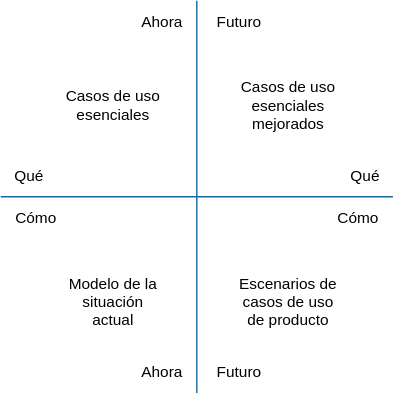
ucudal/ANDIS_Conceptos keeps this draw.io diagram as diagrams/Brown_Cow_Model.svg. Above is the earlier version. Source tidied: cells renumbered, new cells last; positions are measured from the earlier drawing's top-left corner, leaving out a move shared by most shapes. Source of this version:
```xml
<mxGraphModel>
  <root>
    <mxCell id="0" />
    <mxCell id="1" parent="0" />
    <mxCell id="2" style="endArrow=none;html=1;fillColor=#1ba1e2;strokeColor=#006EAF;" parent="1" edge="1">
      <mxGeometry relative="1" as="geometry">
        <mxPoint x="140" y="280" as="sourcePoint" />
        <mxPoint x="140" as="targetPoint" />
      </mxGeometry>
    </mxCell>
    <mxCell id="3" style="endArrow=none;html=1;fillColor=#1ba1e2;strokeColor=#006EAF;" parent="1" edge="1">
      <mxGeometry relative="1" as="geometry">
        <mxPoint y="140" as="sourcePoint" />
        <mxPoint x="280" y="140" as="targetPoint" />
      </mxGeometry>
    </mxCell>
    <mxCell id="4" value="Ahora" style="text;html=1;align=center;verticalAlign=middle;strokeColor=none;fillColor=none;fontFamily=Helvetica;fontSize=11;fontColor=light-dark(#000000,#006EAF);labelBackgroundColor=none;" parent="1" vertex="1">
      <mxGeometry x="90" width="50" height="30" as="geometry" />
    </mxCell>
    <mxCell id="5" value="Futuro" style="text;html=1;align=center;verticalAlign=middle;strokeColor=none;fillColor=none;fontFamily=Helvetica;fontSize=11;fontColor=light-dark(#000000,#006EAF);labelBackgroundColor=none;" parent="1" vertex="1">
      <mxGeometry x="140" width="60" height="30" as="geometry" />
    </mxCell>
    <mxCell id="6" value="Ahora" style="text;html=1;align=center;verticalAlign=middle;strokeColor=none;fillColor=none;fontFamily=Helvetica;fontSize=11;fontColor=light-dark(#000000,#006EAF);labelBackgroundColor=none;" parent="1" vertex="1">
      <mxGeometry x="90" y="250" width="50" height="30" as="geometry" />
    </mxCell>
    <mxCell id="7" value="Futuro" style="text;html=1;align=center;verticalAlign=middle;strokeColor=none;fillColor=none;fontFamily=Helvetica;fontSize=11;fontColor=light-dark(#000000,#006EAF);labelBackgroundColor=none;" parent="1" vertex="1">
      <mxGeometry x="140" y="250" width="60" height="30" as="geometry" />
    </mxCell>
    <mxCell id="8" value="Qué" style="text;html=1;align=center;verticalAlign=middle;strokeColor=none;fillColor=none;fontFamily=Helvetica;fontSize=11;fontColor=light-dark(#000000,#006EAF);labelBackgroundColor=none;" parent="1" vertex="1">
      <mxGeometry y="110" width="40" height="30" as="geometry" />
    </mxCell>
    <mxCell id="9" value="Cómo" style="text;html=1;align=center;verticalAlign=middle;strokeColor=none;fillColor=none;fontFamily=Helvetica;fontSize=11;fontColor=light-dark(#000000,#006EAF);labelBackgroundColor=none;" parent="1" vertex="1">
      <mxGeometry y="140" width="50" height="30" as="geometry" />
    </mxCell>
    <mxCell id="10" value="Qué" style="text;html=1;align=center;verticalAlign=middle;strokeColor=none;fillColor=none;fontFamily=Helvetica;fontSize=11;fontColor=light-dark(#000000,#006EAF);labelBackgroundColor=none;" parent="1" vertex="1">
      <mxGeometry x="240" y="110" width="40" height="30" as="geometry" />
    </mxCell>
    <mxCell id="11" value="Cómo" style="text;html=1;align=center;verticalAlign=middle;strokeColor=none;fillColor=none;fontFamily=Helvetica;fontSize=11;fontColor=light-dark(#000000,#006EAF);labelBackgroundColor=none;" parent="1" vertex="1">
      <mxGeometry x="230" y="140" width="50" height="30" as="geometry" />
    </mxCell>
    <mxCell id="12" value="&lt;font&gt;&lt;font style=&quot;color: light-dark(rgb(0, 0, 0), rgb(0, 110, 175));&quot;&gt;Modelo de la&lt;br&gt;&lt;/font&gt;&lt;font style=&quot;color: light-dark(rgb(0, 0, 0), rgb(0, 110, 175));&quot;&gt;situación&lt;/font&gt;&lt;/font&gt;&lt;div&gt;&lt;font style=&quot;color: light-dark(rgb(0, 0, 0), rgb(0, 110, 175));&quot;&gt;actual&lt;/font&gt;&lt;/div&gt;" style="text;html=1;align=center;verticalAlign=middle;strokeColor=none;fillColor=none;fontFamily=Helvetica;fontSize=11;fontColor=light-dark(#000000,#006EAF);labelBackgroundColor=none;" parent="1" vertex="1">
      <mxGeometry x="35" y="190" width="90" height="50" as="geometry" />
    </mxCell>
    <mxCell id="13" value="Casos de uso&lt;br&gt;esenciales" style="text;html=1;align=center;verticalAlign=middle;strokeColor=none;fillColor=none;fontFamily=Helvetica;fontSize=11;fontColor=light-dark(#000000,#006EAF);labelBackgroundColor=none;" parent="1" vertex="1">
      <mxGeometry x="35" y="55" width="90" height="40" as="geometry" />
    </mxCell>
    <mxCell id="14" value="Casos de uso&lt;br&gt;esenciales&lt;br&gt;mejorados" style="text;html=1;align=center;verticalAlign=middle;strokeColor=none;fillColor=none;fontFamily=Helvetica;fontSize=11;fontColor=light-dark(#000000,#006EAF);labelBackgroundColor=none;" parent="1" vertex="1">
      <mxGeometry x="160" y="50" width="90" height="50" as="geometry" />
    </mxCell>
    <mxCell id="15" value="Escenarios de&lt;br&gt;casos de uso&lt;br&gt;de producto" style="text;html=1;align=center;verticalAlign=middle;strokeColor=none;fillColor=none;fontFamily=Helvetica;fontSize=11;fontColor=light-dark(#000000,#006EAF);labelBackgroundColor=none;" parent="1" vertex="1">
      <mxGeometry x="160" y="190" width="90" height="50" as="geometry" />
    </mxCell>
  </root>
</mxGraphModel>
```
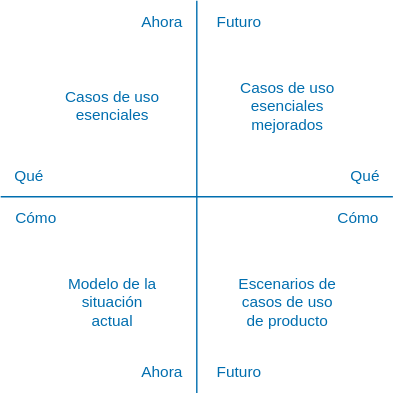
After the change.

Diff of the diagram source:
```diff
@@ -14,40 +14,40 @@
         <mxPoint x="280" y="140" as="targetPoint" />
       </mxGeometry>
     </mxCell>
-    <mxCell id="4" value="Ahora" style="text;html=1;align=center;verticalAlign=middle;strokeColor=none;fillColor=none;fontFamily=Helvetica;fontSize=11;fontColor=light-dark(#000000,#006EAF);labelBackgroundColor=none;" parent="1" vertex="1">
+    <mxCell id="4" value="Ahora" style="text;html=1;align=center;verticalAlign=middle;strokeColor=none;fillColor=none;fontFamily=Helvetica;fontSize=11;fontColor=light-dark(#006EAF,#006EAF);labelBackgroundColor=none;" parent="1" vertex="1">
       <mxGeometry x="90" width="50" height="30" as="geometry" />
     </mxCell>
-    <mxCell id="5" value="Futuro" style="text;html=1;align=center;verticalAlign=middle;strokeColor=none;fillColor=none;fontFamily=Helvetica;fontSize=11;fontColor=light-dark(#000000,#006EAF);labelBackgroundColor=none;" parent="1" vertex="1">
+    <mxCell id="5" value="Futuro" style="text;html=1;align=center;verticalAlign=middle;strokeColor=none;fillColor=none;fontFamily=Helvetica;fontSize=11;fontColor=light-dark(#006EAF,#006EAF);labelBackgroundColor=none;" parent="1" vertex="1">
       <mxGeometry x="140" width="60" height="30" as="geometry" />
     </mxCell>
-    <mxCell id="6" value="Ahora" style="text;html=1;align=center;verticalAlign=middle;strokeColor=none;fillColor=none;fontFamily=Helvetica;fontSize=11;fontColor=light-dark(#000000,#006EAF);labelBackgroundColor=none;" parent="1" vertex="1">
+    <mxCell id="6" value="Ahora" style="text;html=1;align=center;verticalAlign=middle;strokeColor=none;fillColor=none;fontFamily=Helvetica;fontSize=11;fontColor=light-dark(#006EAF,#006EAF);labelBackgroundColor=none;" parent="1" vertex="1">
       <mxGeometry x="90" y="250" width="50" height="30" as="geometry" />
     </mxCell>
-    <mxCell id="7" value="Futuro" style="text;html=1;align=center;verticalAlign=middle;strokeColor=none;fillColor=none;fontFamily=Helvetica;fontSize=11;fontColor=light-dark(#000000,#006EAF);labelBackgroundColor=none;" parent="1" vertex="1">
+    <mxCell id="7" value="Futuro" style="text;html=1;align=center;verticalAlign=middle;strokeColor=none;fillColor=none;fontFamily=Helvetica;fontSize=11;fontColor=light-dark(#006EAF,#006EAF);labelBackgroundColor=none;" parent="1" vertex="1">
       <mxGeometry x="140" y="250" width="60" height="30" as="geometry" />
     </mxCell>
-    <mxCell id="8" value="Qué" style="text;html=1;align=center;verticalAlign=middle;strokeColor=none;fillColor=none;fontFamily=Helvetica;fontSize=11;fontColor=light-dark(#000000,#006EAF);labelBackgroundColor=none;" parent="1" vertex="1">
+    <mxCell id="8" value="Qué" style="text;html=1;align=center;verticalAlign=middle;strokeColor=none;fillColor=none;fontFamily=Helvetica;fontSize=11;fontColor=light-dark(#006EAF,#006EAF);labelBackgroundColor=none;" parent="1" vertex="1">
       <mxGeometry y="110" width="40" height="30" as="geometry" />
     </mxCell>
-    <mxCell id="9" value="Cómo" style="text;html=1;align=center;verticalAlign=middle;strokeColor=none;fillColor=none;fontFamily=Helvetica;fontSize=11;fontColor=light-dark(#000000,#006EAF);labelBackgroundColor=none;" parent="1" vertex="1">
+    <mxCell id="9" value="Cómo" style="text;html=1;align=center;verticalAlign=middle;strokeColor=none;fillColor=none;fontFamily=Helvetica;fontSize=11;fontColor=light-dark(#006EAF,#006EAF);labelBackgroundColor=none;" parent="1" vertex="1">
       <mxGeometry y="140" width="50" height="30" as="geometry" />
     </mxCell>
-    <mxCell id="10" value="Qué" style="text;html=1;align=center;verticalAlign=middle;strokeColor=none;fillColor=none;fontFamily=Helvetica;fontSize=11;fontColor=light-dark(#000000,#006EAF);labelBackgroundColor=none;" parent="1" vertex="1">
+    <mxCell id="10" value="Qué" style="text;html=1;align=center;verticalAlign=middle;strokeColor=none;fillColor=none;fontFamily=Helvetica;fontSize=11;fontColor=light-dark(#006EAF,#006EAF);labelBackgroundColor=none;" parent="1" vertex="1">
       <mxGeometry x="240" y="110" width="40" height="30" as="geometry" />
     </mxCell>
-    <mxCell id="11" value="Cómo" style="text;html=1;align=center;verticalAlign=middle;strokeColor=none;fillColor=none;fontFamily=Helvetica;fontSize=11;fontColor=light-dark(#000000,#006EAF);labelBackgroundColor=none;" parent="1" vertex="1">
+    <mxCell id="11" value="Cómo" style="text;html=1;align=center;verticalAlign=middle;strokeColor=none;fillColor=none;fontFamily=Helvetica;fontSize=11;fontColor=light-dark(#006EAF,#006EAF);labelBackgroundColor=none;" parent="1" vertex="1">
       <mxGeometry x="230" y="140" width="50" height="30" as="geometry" />
     </mxCell>
-    <mxCell id="12" value="&lt;font&gt;&lt;font style=&quot;color: light-dark(rgb(0, 0, 0), rgb(0, 110, 175));&quot;&gt;Modelo de la&lt;br&gt;&lt;/font&gt;&lt;font style=&quot;color: light-dark(rgb(0, 0, 0), rgb(0, 110, 175));&quot;&gt;situación&lt;/font&gt;&lt;/font&gt;&lt;div&gt;&lt;font style=&quot;color: light-dark(rgb(0, 0, 0), rgb(0, 110, 175));&quot;&gt;actual&lt;/font&gt;&lt;/div&gt;" style="text;html=1;align=center;verticalAlign=middle;strokeColor=none;fillColor=none;fontFamily=Helvetica;fontSize=11;fontColor=light-dark(#000000,#006EAF);labelBackgroundColor=none;" parent="1" vertex="1">
+    <mxCell id="12" value="Modelo de la&#10;situación&#10;actual" style="text;align=center;verticalAlign=middle;strokeColor=none;fillColor=none;fontFamily=Helvetica;fontSize=11;fontColor=light-dark(#006EAF,#006EAF);labelBackgroundColor=none;" parent="1" vertex="1">
       <mxGeometry x="35" y="190" width="90" height="50" as="geometry" />
     </mxCell>
-    <mxCell id="13" value="Casos de uso&lt;br&gt;esenciales" style="text;html=1;align=center;verticalAlign=middle;strokeColor=none;fillColor=none;fontFamily=Helvetica;fontSize=11;fontColor=light-dark(#000000,#006EAF);labelBackgroundColor=none;" parent="1" vertex="1">
+    <mxCell id="13" value="Casos de uso&#10;esenciales" style="text;align=center;verticalAlign=middle;strokeColor=none;fillColor=none;fontFamily=Helvetica;fontSize=11;fontColor=light-dark(#006EAF,#006EAF);labelBackgroundColor=none;" parent="1" vertex="1">
       <mxGeometry x="35" y="55" width="90" height="40" as="geometry" />
     </mxCell>
-    <mxCell id="14" value="Casos de uso&lt;br&gt;esenciales&lt;br&gt;mejorados" style="text;html=1;align=center;verticalAlign=middle;strokeColor=none;fillColor=none;fontFamily=Helvetica;fontSize=11;fontColor=light-dark(#000000,#006EAF);labelBackgroundColor=none;" parent="1" vertex="1">
+    <mxCell id="14" value="Casos de uso&#10;esenciales&#10;mejorados" style="text;align=center;verticalAlign=middle;strokeColor=none;fillColor=none;fontFamily=Helvetica;fontSize=11;fontColor=light-dark(#006EAF,#006EAF);labelBackgroundColor=none;" parent="1" vertex="1">
       <mxGeometry x="160" y="50" width="90" height="50" as="geometry" />
     </mxCell>
-    <mxCell id="15" value="Escenarios de&lt;br&gt;casos de uso&lt;br&gt;de producto" style="text;html=1;align=center;verticalAlign=middle;strokeColor=none;fillColor=none;fontFamily=Helvetica;fontSize=11;fontColor=light-dark(#000000,#006EAF);labelBackgroundColor=none;" parent="1" vertex="1">
+    <mxCell id="15" value="Escenarios de&#10;casos de uso&#10;de producto" style="text;align=center;verticalAlign=middle;strokeColor=none;fillColor=none;fontFamily=Helvetica;fontSize=11;fontColor=light-dark(#006EAF,#006EAF);labelBackgroundColor=none;" parent="1" vertex="1">
       <mxGeometry x="160" y="190" width="90" height="50" as="geometry" />
     </mxCell>
   </root>
```
